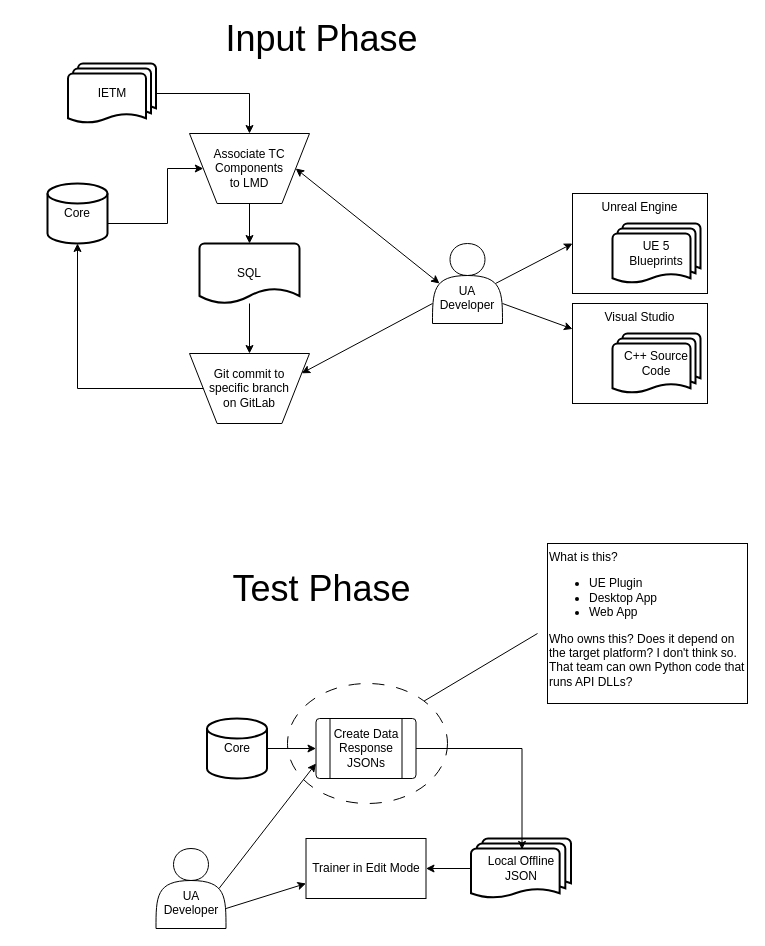
Earlier version of the draw.io diagram UA Developer - Add training data After.drawio (Bspeirtorch/draw). Source tidied: cells renumbered, new cells numbered last; positions are measured from the earlier drawing's top-left corner, leaving out a move shared by most shapes. Both pictures are drawn from the tidied source at 100%, with x=0, y=0 at pixel (47, 23).
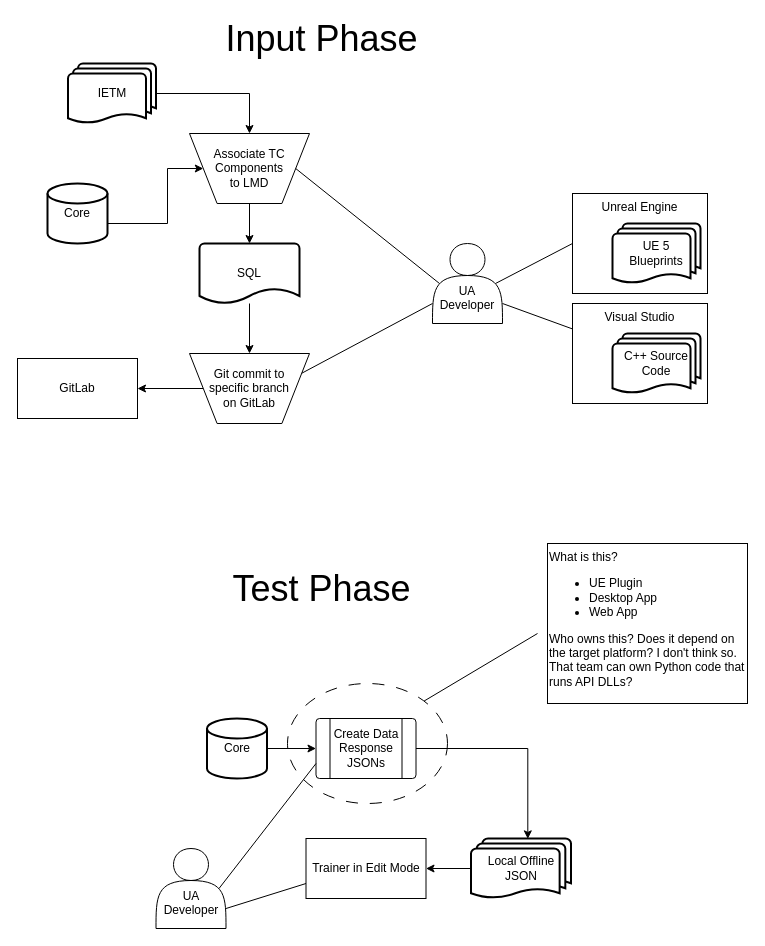
The same page after the edit.

The change refers to these unchanged cells:
```xml
<mxCell id="3" value="Core" style="strokeWidth=2;html=1;shape=mxgraph.flowchart.database;whiteSpace=wrap;" parent="1" vertex="1">
  <mxGeometry y="160" width="60" height="60" as="geometry" />
</mxCell>
<mxCell id="4" value="&lt;br&gt;&lt;br&gt;UA Developer" style="shape=actor;whiteSpace=wrap;html=1;labelPosition=center;verticalLabelPosition=middle;align=center;verticalAlign=middle;" parent="1" vertex="1">
  <mxGeometry x="385" y="220" width="70" height="80" as="geometry" />
</mxCell>
<mxCell id="5" value="Trainer in Edit Mode" style="rounded=0;whiteSpace=wrap;html=1;" parent="1" vertex="1">
  <mxGeometry x="258.5" y="815" width="120" height="60" as="geometry" />
</mxCell>
<mxCell id="6" value="Create Data Response JSONs" style="verticalLabelPosition=middle;verticalAlign=middle;html=1;shape=process;whiteSpace=wrap;rounded=1;size=0.14;arcSize=6;labelPosition=center;align=center;" parent="1" vertex="1">
  <mxGeometry x="268.5" y="695" width="100" height="60" as="geometry" />
</mxCell>
<mxCell id="8" value="Local Offline JSON" style="strokeWidth=2;html=1;shape=mxgraph.flowchart.multi-document;whiteSpace=wrap;" parent="1" vertex="1">
  <mxGeometry x="423.5" y="815" width="100" height="60" as="geometry" />
</mxCell>
<mxCell id="11" value="Associate TC Components&lt;br&gt;to LMD" style="verticalLabelPosition=middle;verticalAlign=middle;html=1;shape=trapezoid;perimeter=trapezoidPerimeter;whiteSpace=wrap;size=0.23;arcSize=10;flipV=1;labelPosition=center;align=center;" parent="1" vertex="1">
  <mxGeometry x="142" y="110" width="120" height="70" as="geometry" />
</mxCell>
<mxCell id="14" value="Git commit to&lt;br&gt;specific branch&lt;br&gt;on GitLab" style="verticalLabelPosition=middle;verticalAlign=middle;html=1;shape=trapezoid;perimeter=trapezoidPerimeter;whiteSpace=wrap;size=0.23;arcSize=10;flipV=1;labelPosition=center;align=center;" parent="1" vertex="1">
  <mxGeometry x="142" y="330" width="120" height="70" as="geometry" />
</mxCell>
<mxCell id="21" value="&lt;br&gt;&lt;br&gt;UA Developer" style="shape=actor;whiteSpace=wrap;html=1;labelPosition=center;verticalLabelPosition=middle;align=center;verticalAlign=middle;" parent="1" vertex="1">
  <mxGeometry x="108.5" y="825" width="70" height="80" as="geometry" />
</mxCell>
<mxCell id="27" value="Visual Studio" style="rounded=0;whiteSpace=wrap;html=1;fillColor=none;align=center;verticalAlign=top;" parent="25" vertex="1">
  <mxGeometry width="135" height="100" as="geometry" />
</mxCell>
<mxCell id="30" value="Unreal Engine" style="rounded=0;whiteSpace=wrap;html=1;fillColor=none;align=center;verticalAlign=top;" parent="28" vertex="1">
  <mxGeometry width="135" height="100" as="geometry" />
</mxCell>
```

Change to the diagram source:
```diff
@@
-    <mxCell id="12" style="endArrow=classic;html=1;rounded=0;entryX=1;entryY=0.5;entryDx=0;entryDy=0;exitX=0.1;exitY=0.5;exitDx=0;exitDy=0;exitPerimeter=0;startArrow=classic;startFill=1;" parent="1" edge="1" source="4" target="11">
+    <mxCell id="12" style="endArrow=none;html=1;rounded=0;entryX=1;entryY=0.5;entryDx=0;entryDy=0;exitX=0.1;exitY=0.5;exitDx=0;exitDy=0;exitPerimeter=0;startArrow=none;startFill=0;endFill=0;" parent="1" edge="1" source="4" target="11">
       <mxGeometry relative="1" as="geometry" />
     </mxCell>
@@
+    <mxCell id="38" style="edgeStyle=orthogonalEdgeStyle;rounded=0;jettySize=auto;html=1;exitX=0;exitY=0.5;exitDx=0;exitDy=0;entryX=1;entryY=0.5;entryDx=0;entryDy=0;" parent="1" edge="1" source="14" target="39">
+      <mxGeometry relative="1" as="geometry" />
+    </mxCell>
@@
-    <mxCell id="15" style="edgeStyle=orthogonalEdgeStyle;rounded=0;jettySize=auto;html=1;exitX=0;exitY=0.5;exitDx=0;exitDy=0;entryX=0.5;entryY=1;entryDx=0;entryDy=0;entryPerimeter=0;" parent="1" edge="1" source="14" target="3">
-      <mxGeometry relative="1" as="geometry" />
-    </mxCell>
@@
-    <mxCell id="17" style="endArrow=classic;html=1;rounded=0;entryX=1;entryY=0.25;entryDx=0;entryDy=0;exitX=0;exitY=0.75;exitDx=0;exitDy=0;" parent="1" edge="1" source="4" target="14">
+    <mxCell id="17" style="endArrow=none;html=1;rounded=0;entryX=1;entryY=0.25;entryDx=0;entryDy=0;exitX=0;exitY=0.75;exitDx=0;exitDy=0;endFill=0;" parent="1" edge="1" source="4" target="14">
       <mxGeometry relative="1" as="geometry" />
     </mxCell>
@@
-    <mxCell id="22" style="edgeStyle=orthogonalEdgeStyle;rounded=0;jettySize=auto;html=1;exitX=1;exitY=0.5;exitDx=0;exitDy=0;entryX=0.51;entryY=0.183;entryDx=0;entryDy=0;entryPerimeter=0;" parent="1" edge="1" source="6" target="8">
+    <mxCell id="22" style="edgeStyle=orthogonalEdgeStyle;rounded=0;jettySize=auto;html=1;exitX=1;exitY=0.5;exitDx=0;exitDy=0;entryX=0.568;entryY=0.006;entryDx=0;entryDy=0;entryPerimeter=0;" parent="1" edge="1" source="6" target="8">
       <mxGeometry relative="1" as="geometry" />
     </mxCell>
-    <mxCell id="23" style="endArrow=classic;html=1;rounded=0;entryX=0;entryY=0.75;entryDx=0;entryDy=0;exitX=0.9;exitY=0.5;exitDx=0;exitDy=0;exitPerimeter=0;" parent="1" edge="1" source="21" target="6">
+    <mxCell id="23" style="endArrow=none;html=1;rounded=0;entryX=0;entryY=0.75;entryDx=0;entryDy=0;exitX=0.9;exitY=0.5;exitDx=0;exitDy=0;exitPerimeter=0;endFill=0;" parent="1" edge="1" source="21" target="6">
       <mxGeometry relative="1" as="geometry" />
     </mxCell>
-    <mxCell id="24" style="endArrow=classic;html=1;rounded=0;exitX=1;exitY=0.75;exitDx=0;exitDy=0;entryX=0;entryY=0.75;entryDx=0;entryDy=0;" parent="1" edge="1" source="21" target="5">
+    <mxCell id="24" style="endArrow=none;html=1;rounded=0;exitX=1;exitY=0.75;exitDx=0;exitDy=0;entryX=0;entryY=0.75;entryDx=0;entryDy=0;endFill=0;" parent="1" edge="1" source="21" target="5">
       <mxGeometry relative="1" as="geometry" />
     </mxCell>
@@
-    <mxCell id="31" style="endArrow=classic;html=1;rounded=0;exitX=1;exitY=0.75;exitDx=0;exitDy=0;" parent="1" edge="1" source="4" target="27">
+    <mxCell id="31" style="endArrow=none;html=1;rounded=0;exitX=1;exitY=0.75;exitDx=0;exitDy=0;startArrow=none;startFill=0;endFill=0;" parent="1" edge="1" source="4" target="27">
       <mxGeometry relative="1" as="geometry" />
     </mxCell>
-    <mxCell id="32" style="endArrow=classic;html=1;rounded=0;exitX=0.9;exitY=0.5;exitDx=0;exitDy=0;exitPerimeter=0;entryX=0;entryY=0.5;entryDx=0;entryDy=0;" parent="1" edge="1" source="4" target="30">
+    <mxCell id="32" style="endArrow=none;html=1;rounded=0;exitX=0.9;exitY=0.5;exitDx=0;exitDy=0;exitPerimeter=0;entryX=0;entryY=0.5;entryDx=0;entryDy=0;endFill=0;" parent="1" edge="1" source="4" target="30">
       <mxGeometry relative="1" as="geometry" />
     </mxCell>
@@
+    <mxCell id="39" value="GitLab" style="rounded=0;whiteSpace=wrap;html=1;" parent="1" vertex="1">
+      <mxGeometry x="-30" y="335" width="120" height="60" as="geometry" />
+    </mxCell>
```
